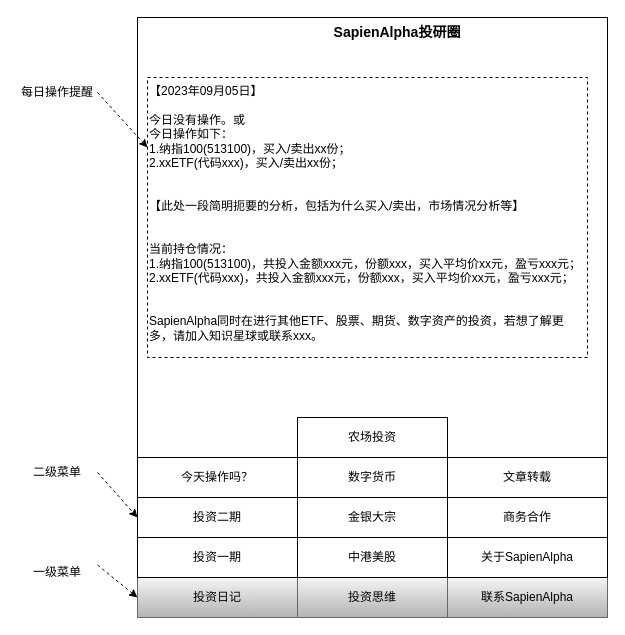
qingchao-kong/draw.io keeps this draw.io diagram as SapienAlpha公众号设计.drawio. Above is the earlier version. Source tidied: cells renumbered, new cells numbered last; positions are measured from the earlier drawing's top-left corner, leaving out a move shared by most shapes. Both pictures are drawn from the tidied source at 100%, with x=0, y=0 at pixel (17, 17).
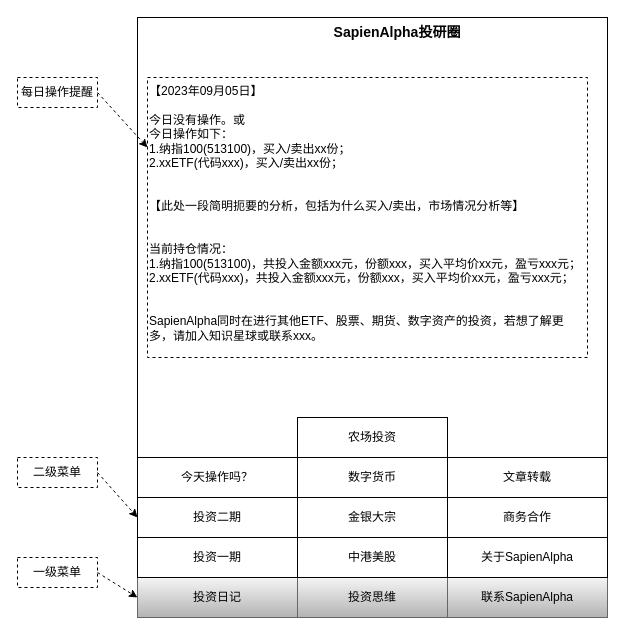
The same page after the edit.

Commit message (it also covers changes not shown here):
更新SapienAlpha公众号设计.drawio

The change refers to these unchanged cells:
```xml
<mxCell id="7" value="投资日记" style="rounded=0;whiteSpace=wrap;html=1;fillColor=#f5f5f5;gradientColor=#b3b3b3;strokeColor=#666666;" parent="1" vertex="1">
  <mxGeometry x="120" y="560" width="160" height="40" as="geometry" />
</mxCell>
```

Diff of the diagram source:
```diff
@@
-    <mxCell id="5" value="每日操作提醒" style="text;html=1;strokeColor=none;fillColor=none;align=center;verticalAlign=middle;whiteSpace=wrap;rounded=0;" parent="1" vertex="1">
+    <mxCell id="5" value="每日操作提醒" style="text;html=1;strokeColor=default;fillColor=none;align=center;verticalAlign=middle;whiteSpace=wrap;rounded=0;dashed=1;" parent="1" vertex="1">
       <mxGeometry y="60" width="80" height="30" as="geometry" />
     </mxCell>
@@
-    <mxCell id="20" value="一级菜单" style="text;html=1;strokeColor=none;fillColor=none;align=center;verticalAlign=middle;whiteSpace=wrap;rounded=0;" parent="1" vertex="1">
+    <mxCell id="20" value="一级菜单" style="text;html=1;strokeColor=default;fillColor=none;align=center;verticalAlign=middle;whiteSpace=wrap;rounded=0;dashed=1;" parent="1" vertex="1">
       <mxGeometry y="540" width="80" height="30" as="geometry" />
     </mxCell>
-    <mxCell id="21" value="二级菜单" style="text;html=1;strokeColor=none;fillColor=none;align=center;verticalAlign=middle;whiteSpace=wrap;rounded=0;" parent="1" vertex="1">
+    <mxCell id="21" value="二级菜单" style="text;html=1;strokeColor=default;fillColor=none;align=center;verticalAlign=middle;whiteSpace=wrap;rounded=0;dashed=1;" parent="1" vertex="1">
       <mxGeometry y="440" width="80" height="30" as="geometry" />
     </mxCell>
-    <mxCell id="22" style="endArrow=classic;html=1;rounded=0;exitX=1;exitY=0.25;exitDx=0;exitDy=0;entryX=0;entryY=0.5;entryDx=0;entryDy=0;dashed=1;" parent="1" edge="1" source="20" target="7">
+    <mxCell id="22" style="endArrow=classic;html=1;rounded=0;exitX=1;exitY=0.5;exitDx=0;exitDy=0;entryX=0;entryY=0.5;entryDx=0;entryDy=0;dashed=1;" parent="1" edge="1" source="20" target="7">
       <mxGeometry relative="1" as="geometry" />
     </mxCell>
```
